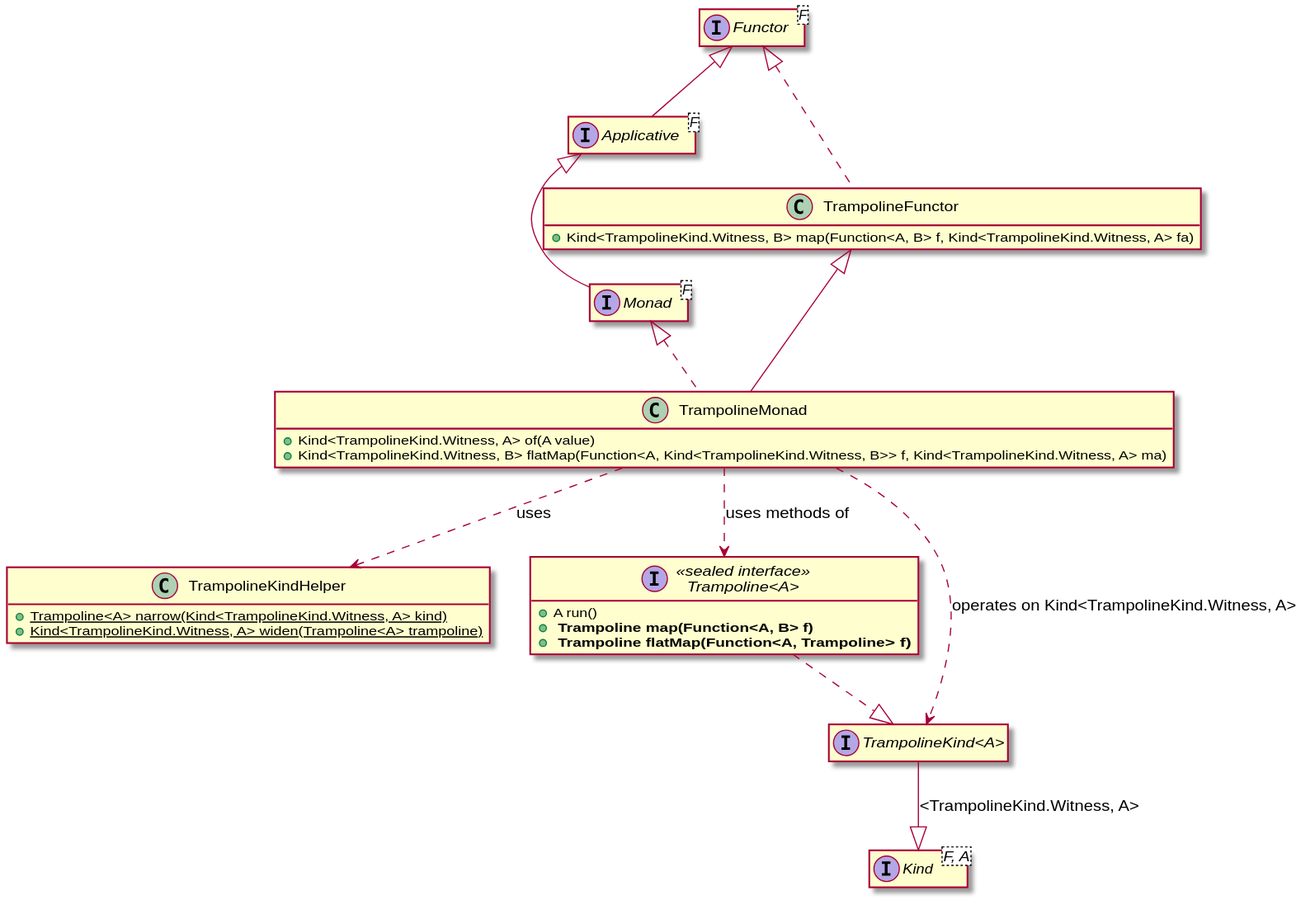
Above: latest/images/puml/trampoline_monad.svg in higher-kinded-j/higher-kinded-j.github.io (PlantUML), before the change.
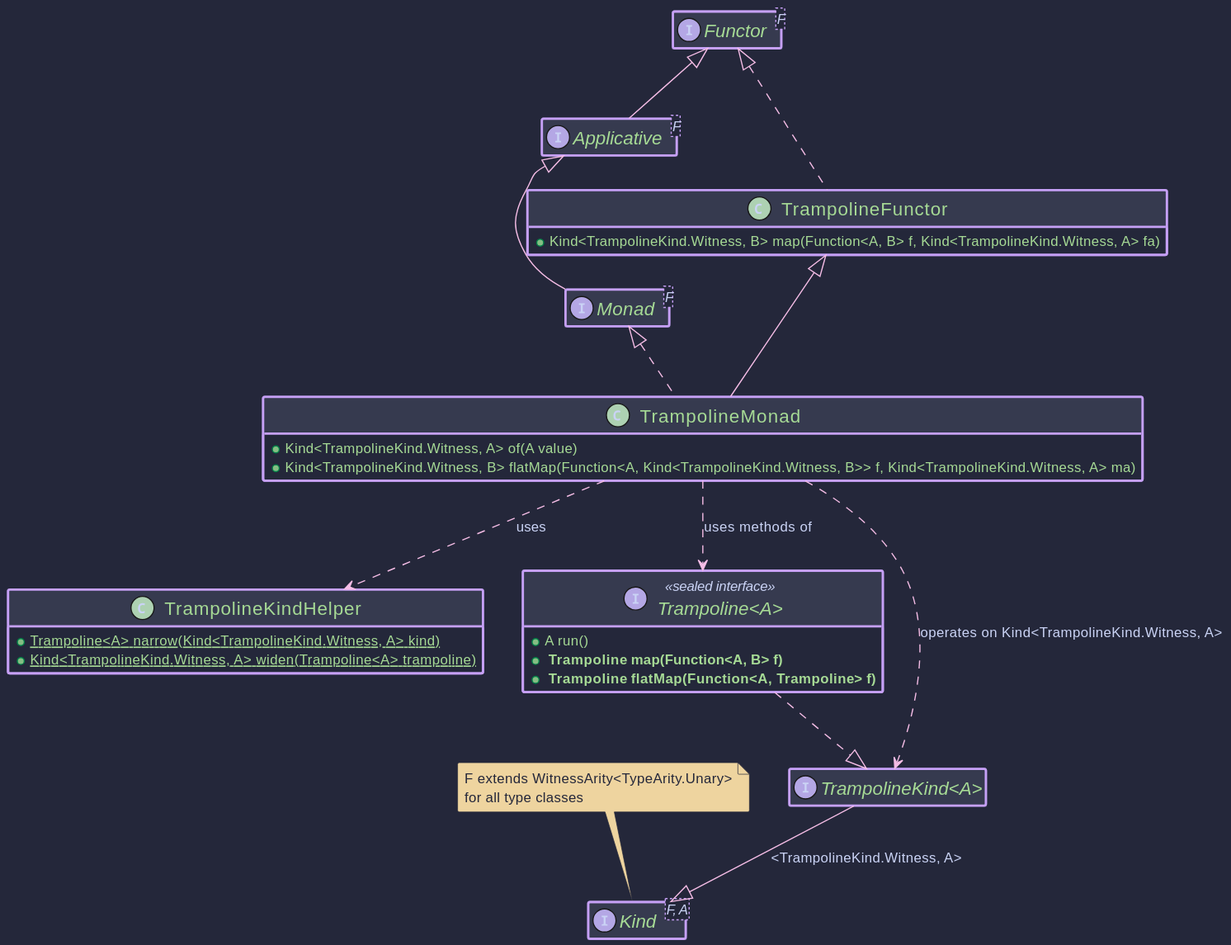
The same file after the commit.

Change to the diagram source:
```diff
@@ -1,11 +1,16 @@
-@startuml trampoline_monad
+@startuml
+!include https://raw.githubusercontent.com/ncosta-ic/catppuccin-macchiato-plantuml-theme/main/theme.puml
 
 hide empty members
+
+note "F extends WitnessArity<TypeArity.Unary>\nfor all type classes" as ArityNote
 
 interface Kind<F, A>
 interface Functor<F>
 interface Applicative<F>
 interface Monad<F>
+
+ArityNote .. Kind
 
 Functor <|-- Applicative
 Applicative <|-- Monad
@@ -39,5 +44,4 @@
 
 TrampolineMonad ..> "TrampolineKind<A>" : operates on Kind<TrampolineKind.Witness, A>
 TrampolineMonad ..> "Trampoline<A>" : uses methods of
-
 @enduml
```
